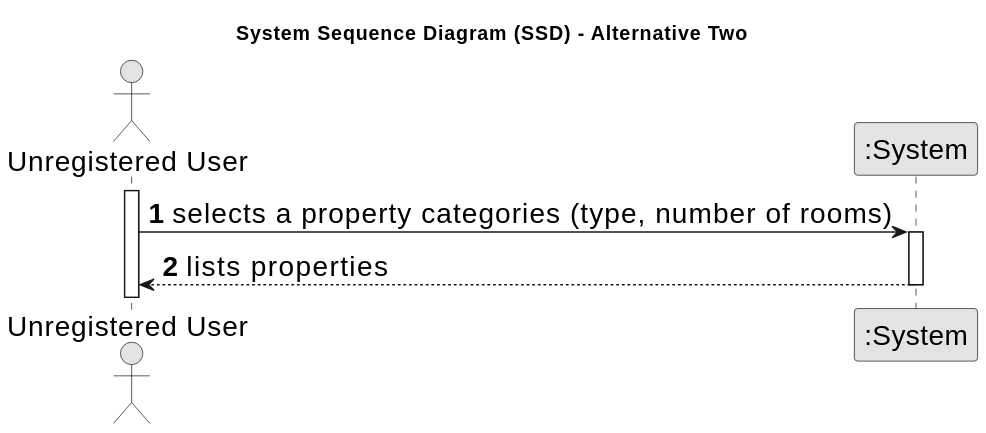
The PlantUML diagram docs/sprintA/us001/01.requirements-engineering/svg/us001-system-sequence-diagram-alternative-two.svg in Goncalves2525/real-estate-management-system, before a commit.
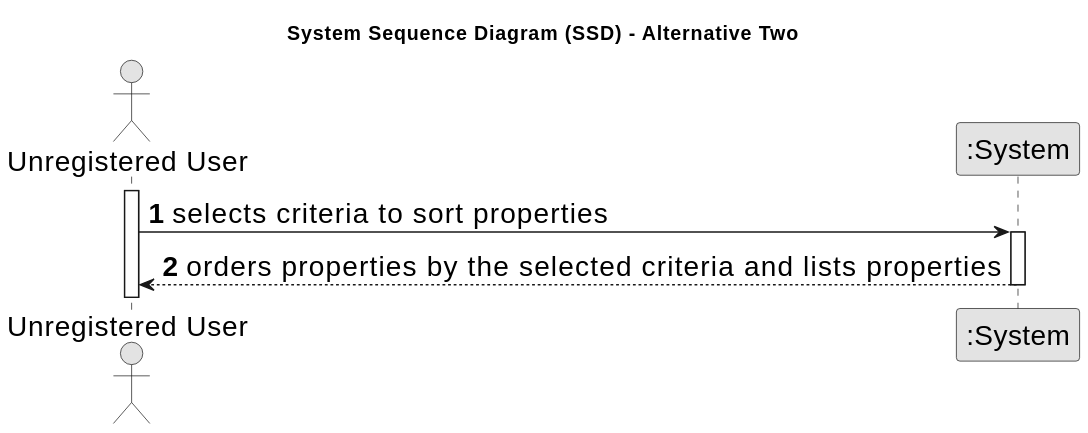
The same file after the commit.

What changed in the source:
```diff
@@ -13,9 +13,9 @@
 
 activate User
 
-    User -> System : selects a property categories (type, number of rooms)
+    User -> System : selects criteria to sort properties
     activate System
 
-        System --> User : lists properties
+        System --> User : orders properties by the selected criteria and lists properties
     deactivate System
 @enduml
```
